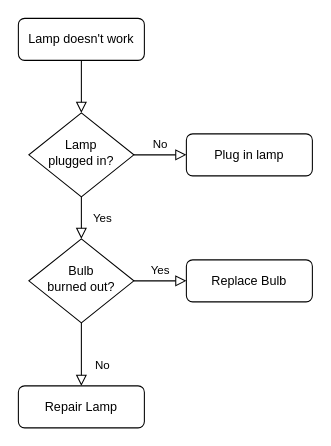
The draw.io diagram 未命名绘图.drawio in weiqingpingcom/draw, before the edit. Source tidied: cells renumbered, new cells numbered last; positions are measured from the earlier drawing's top-left corner, leaving out a move shared by most shapes. Both pictures are drawn from the tidied source at 105%, with x=0, y=0 at pixel (18, 18).
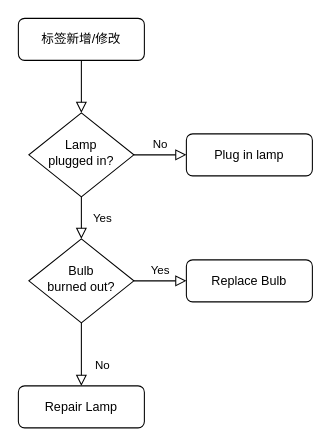
The same diagram, later.

Commit message (it also covers changes not shown here):
更新未命名绘图.drawio

Diff of the diagram source:
```diff
@@
 <mxGraphModel>
   <root>
     <mxCell id="0" />
     <mxCell id="1" parent="0" />
     <mxCell id="2" style="rounded=0;html=1;jettySize=auto;fontSize=11;endArrow=block;endFill=0;endSize=8;strokeWidth=1;shadow=0;labelBackgroundColor=none;edgeStyle=orthogonalEdgeStyle;" parent="1" edge="1" source="3" target="6">
       <mxGeometry relative="1" as="geometry" />
     </mxCell>
-    <mxCell id="3" value="Lamp doesn't work" style="rounded=1;whiteSpace=wrap;html=1;fontSize=12;glass=0;strokeWidth=1;shadow=0;" parent="1" vertex="1">
+    <mxCell id="3" value="标签新增/修改" style="rounded=1;whiteSpace=wrap;html=1;fontSize=12;glass=0;strokeWidth=1;shadow=0;" parent="1" vertex="1">
       <mxGeometry width="120" height="40" as="geometry" />
     </mxCell>
     <mxCell id="4" value="Yes" style="rounded=0;html=1;jettySize=auto;fontSize=11;endArrow=block;endFill=0;endSize=8;strokeWidth=1;shadow=0;labelBackgroundColor=none;edgeStyle=orthogonalEdgeStyle;" parent="1" edge="1" source="6" target="10">
       <mxGeometry y="20" relative="1" as="geometry" />
     </mxCell>
     <mxCell id="5" value="No" style="edgeStyle=orthogonalEdgeStyle;rounded=0;html=1;jettySize=auto;fontSize=11;endArrow=block;endFill=0;endSize=8;strokeWidth=1;shadow=0;labelBackgroundColor=none;" parent="1" edge="1" source="6" target="7">
       <mxGeometry y="10" relative="1" as="geometry" />
     </mxCell>
     <mxCell id="6" value="Lamp&lt;br&gt;plugged in?" style="rhombus;whiteSpace=wrap;html=1;shadow=0;fontFamily=Helvetica;fontSize=12;align=center;strokeWidth=1;spacing=6;spacingTop=-4;" parent="1" vertex="1">
       <mxGeometry x="10" y="90" width="100" height="80" as="geometry" />
     </mxCell>
     <mxCell id="7" value="Plug in lamp" style="rounded=1;whiteSpace=wrap;html=1;fontSize=12;glass=0;strokeWidth=1;shadow=0;" parent="1" vertex="1">
       <mxGeometry x="160" y="110" width="120" height="40" as="geometry" />
     </mxCell>
     <mxCell id="8" value="No" style="rounded=0;html=1;jettySize=auto;fontSize=11;endArrow=block;endFill=0;endSize=8;strokeWidth=1;shadow=0;labelBackgroundColor=none;edgeStyle=orthogonalEdgeStyle;" parent="1" edge="1" source="10" target="11">
       <mxGeometry x="0.33" y="20" relative="1" as="geometry" />
     </mxCell>
     <mxCell id="9" value="Yes" style="edgeStyle=orthogonalEdgeStyle;rounded=0;html=1;jettySize=auto;fontSize=11;endArrow=block;endFill=0;endSize=8;strokeWidth=1;shadow=0;labelBackgroundColor=none;" parent="1" edge="1" source="10" target="12">
       <mxGeometry y="10" relative="1" as="geometry" />
     </mxCell>
     <mxCell id="10" value="Bulb&lt;br&gt;burned out?" style="rhombus;whiteSpace=wrap;html=1;shadow=0;fontFamily=Helvetica;fontSize=12;align=center;strokeWidth=1;spacing=6;spacingTop=-4;" parent="1" vertex="1">
       <mxGeometry x="10" y="210" width="100" height="80" as="geometry" />
     </mxCell>
     <mxCell id="11" value="Repair Lamp" style="rounded=1;whiteSpace=wrap;html=1;fontSize=12;glass=0;strokeWidth=1;shadow=0;" parent="1" vertex="1">
       <mxGeometry y="350" width="120" height="40" as="geometry" />
     </mxCell>
     <mxCell id="12" value="Replace Bulb" style="rounded=1;whiteSpace=wrap;html=1;fontSize=12;glass=0;strokeWidth=1;shadow=0;" parent="1" vertex="1">
       <mxGeometry x="160" y="230" width="120" height="40" as="geometry" />
     </mxCell>
   </root>
 </mxGraphModel>
```
